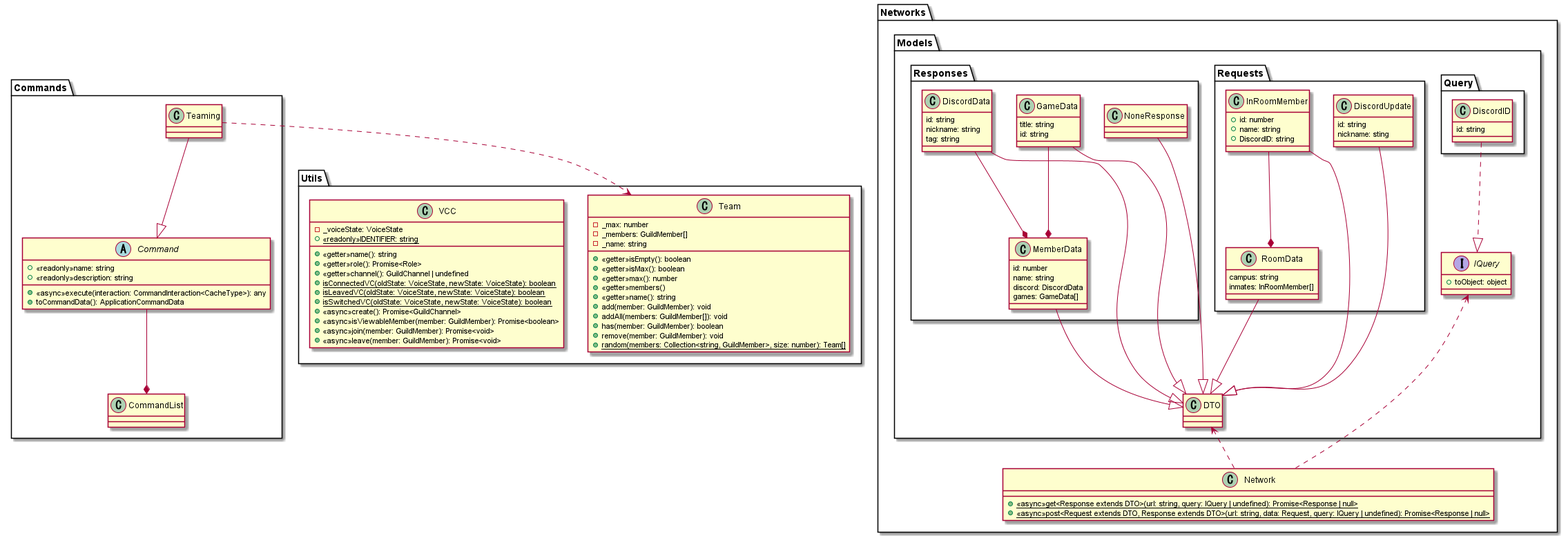
Before: out/classDiaglam/Discord-bot.png, a diagram exported from PlantUML (nmskm240/Discord-bot).
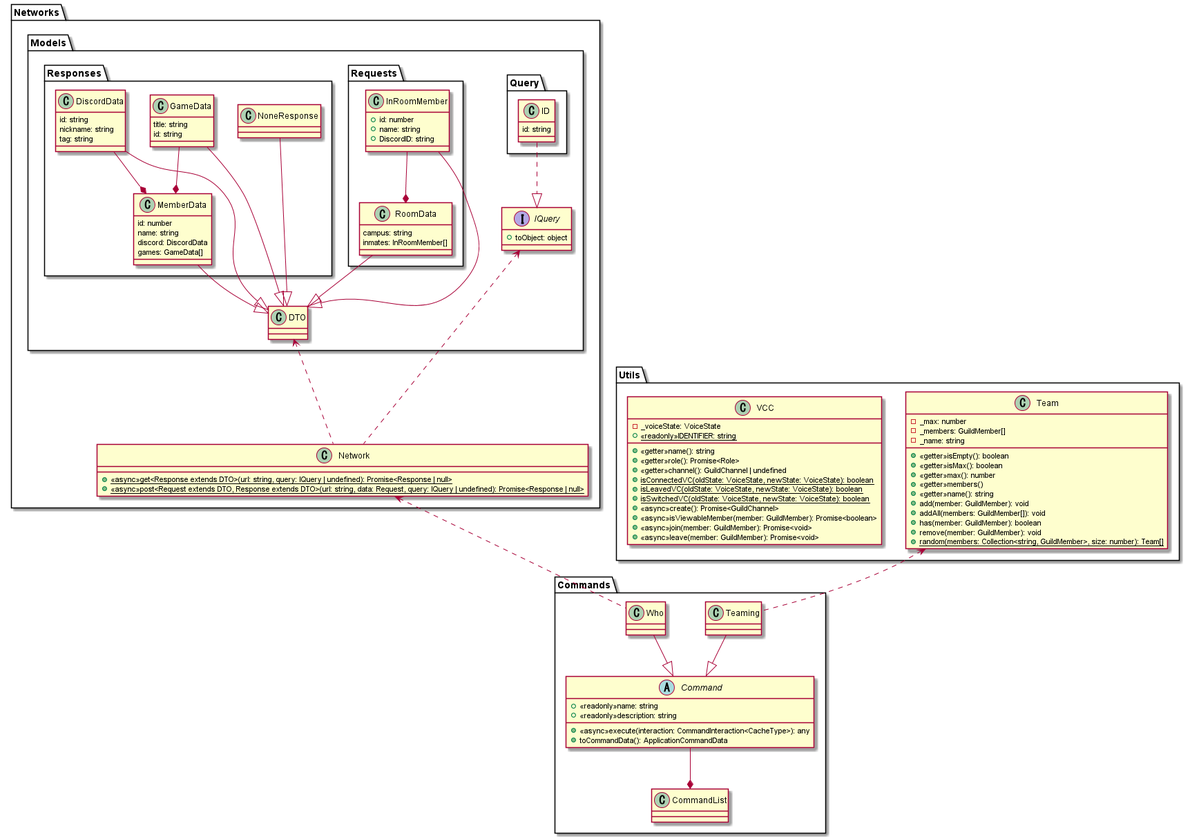
Later version of the same file.

The edit, as a diff of the source:
```diff
@@ -11,6 +11,7 @@
     }
     class CommandList
     class Teaming
+    class Who
 }
 
 package Networks
@@ -19,7 +20,7 @@
     {
         package Query
         {
-            class DiscordID
+            class ID
             {
                 id: string
             }
@@ -27,12 +28,6 @@
 
         package Requests
         {
-            class DiscordUpdate
-            {
-                id: string
-                nickname: sting
-            }
-
             class InRoomMember
             {
                 +id: number
@@ -123,8 +118,8 @@
 }
 
 Teaming --|> Command
+Who --|> Command
 
-DiscordUpdate --|> DTO
 InRoomMember --|> DTO
 RoomData --|> DTO
 DiscordData --|> DTO
@@ -132,14 +127,15 @@
 MemberData --|> DTO
 NoneResponse --|> DTO
 
-DiscordID ..|> IQuery
+ID ..|> IQuery
 
 Command --* CommandList
 InRoomMember --* RoomData
 GameData --* MemberData
 DiscordData --* MemberData
 
-Teaming .down.> Team
+Teaming .up.> Team
+Who .up.> Network
 Network .up.> IQuery
 Network .up.> DTO
 
```
